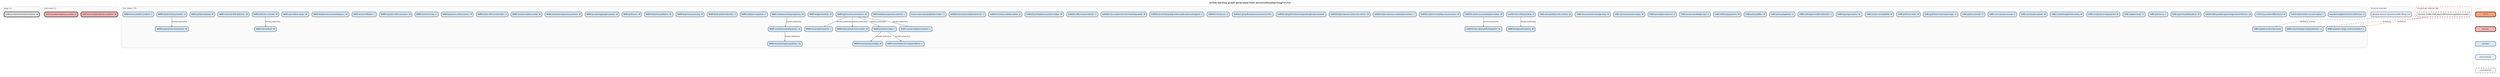
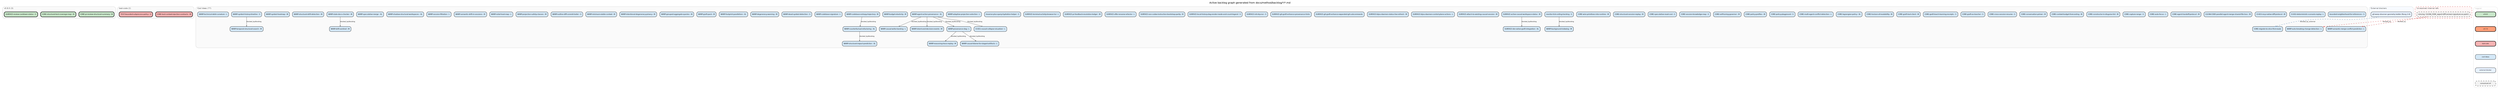
digraph backlog {
  rankdir=TB
  fontname="Helvetica"
  label="Active backlog graph generated from docs/method/backlog/*/*.md"
  labelloc=t
  fontsize=12
  node [shape=box style="rounded,filled" fontname="Helvetica" fontsize=8 margin="0.1,0.05" height=0.35]
  edge [color="#666666" arrowsize=0.5 fontname="Helvetica" fontsize=7]
  newrank=true
  ranksep=0.55
  nodesep=0.2

-   subgraph cluster_asap {
-     label="asap (1)" labeljust=l fontsize=9 fontcolor="#555555"
+   subgraph cluster_v0_8_0 {
+     label="v0.8.0 (3)" labeljust=l fontsize=9 fontcolor="#555555"
    style=rounded color="#cccccc" bgcolor="#fafafa"
-     asap_CORE_pr_review_structural_summary [label="CORE-pr-review-structural-summary - M" fillcolor="#E5E7EB" penwidth=2]
+     v0_8_0_CORE_pr_review_structural_summary [label="CORE-pr-review-structural-summary - M" fillcolor="#C8E6C9" penwidth=2]
+     v0_8_0_CORE_structural_test_coverage_map [label="CORE-structural-test-coverage-map - M" fillcolor="#C8E6C9" penwidth=2]
+     v0_8_0_SURFACE_review_cooldown_status [label="SURFACE-review-cooldown-status - S" fillcolor="#C8E6C9" penwidth=2]
  }

  subgraph cluster_bad_code {
    label="bad-code (2)" labeljust=l fontsize=9 fontcolor="#555555"
    style=rounded color="#cccccc" bgcolor="#fafafa"
    bad_code_CORE_tool_context_injection_contracts [label="CORE-tool-context-injection-contracts - M" fillcolor="#F6B3B3" penwidth=2]
    bad_code_TEST_bounded_subprocess_policy [label="TEST-bounded-subprocess-policy - S" fillcolor="#F6B3B3" penwidth=2]
  }

  subgraph cluster_cool_ideas {
-     label="Cool Ideas (79)" labeljust=l fontsize=9 fontcolor="#555555"
+     label="Cool Ideas (77)" labeljust=l fontsize=9 fontcolor="#555555"
    style=rounded color="#cccccc" bgcolor="#fafafa"
    cool_ideas_bounded_neighborhood_for_references [label="bounded-neighborhood-for-references - S" fillcolor="#D4E8F7" penwidth=1]
    cool_ideas_CI_001_causal_collapse_visualizer [label="CI-001-causal-collapse-visualizer - L" fillcolor="#D4E8F7" penwidth=1]
    cool_ideas_CI_002_deterministic_scenario_replay [label="CI-002-deterministic-scenario-replay - L" fillcolor="#D4E8F7" penwidth=1]
    cool_ideas_CI_003_mcp_native_diff_protocol [label="CI-003-mcp-native-diff-protocol - M" fillcolor="#D4E8F7" penwidth=1]
    cool_ideas_CLEAN_CODE_parallel_agent_merge_shared_file_loss [label="CLEAN-CODE-parallel-agent-merge-shared-file-loss - M" fillcolor="#D4E8F7" penwidth=1]
    cool_ideas_CORE_agent_handoff_protocol [label="CORE-agent-handoff-protocol - M" fillcolor="#D4E8F7" penwidth=1]
    cool_ideas_CORE_auto_focus [label="CORE-auto-focus - L" fillcolor="#D4E8F7" penwidth=1]
    cool_ideas_CORE_capture_range [label="CORE-capture-range - S" fillcolor="#D4E8F7" penwidth=1]
    cool_ideas_CORE_constructor_in_disguise_lint [label="CORE-constructor-in-disguise-lint - M" fillcolor="#D4E8F7" penwidth=1]
    cool_ideas_CORE_context_budget_forecasting [label="CORE-context-budget-forecasting - M" fillcolor="#D4E8F7" penwidth=1]
    cool_ideas_CORE_conversation_primer [label="CORE-conversation-primer - M" fillcolor="#D4E8F7" penwidth=1]
    cool_ideas_CORE_cross_session_resume [label="CORE-cross-session-resume - S" fillcolor="#D4E8F7" penwidth=1]
    cool_ideas_CORE_graft_as_teacher [label="CORE-graft-as-teacher - S" fillcolor="#D4E8F7" penwidth=1]
    cool_ideas_CORE_graft_teach_learning_receipts [label="CORE-graft-teach-learning-receipts - S" fillcolor="#D4E8F7" penwidth=1]
    cool_ideas_CORE_graft_tool_client [label="CORE-graft-tool-client - M" fillcolor="#D4E8F7" penwidth=1]
    cool_ideas_CORE_horizon_of_readability [label="CORE-horizon-of-readability - M" fillcolor="#D4E8F7" penwidth=1]
    cool_ideas_CORE_lagrangian_policy [label="CORE-lagrangian-policy - XL" fillcolor="#D4E8F7" penwidth=1]
    cool_ideas_CORE_migrate_to_slice_first_reads [label="CORE-migrate-to-slice-first-reads" fillcolor="#D4E8F7" penwidth=1]
    cool_ideas_CORE_multi_agent_conflict_detection [label="CORE-multi-agent-conflict-detection - L" fillcolor="#D4E8F7" penwidth=1]
    cool_ideas_CORE_policy_playground [label="CORE-policy-playground - S" fillcolor="#D4E8F7" penwidth=1]
    cool_ideas_CORE_policy_profiles [label="CORE-policy-profiles - M" fillcolor="#D4E8F7" penwidth=1]
    cool_ideas_CORE_self_tuning_governor [label="CORE-self-tuning-governor - M" fillcolor="#D4E8F7" penwidth=1]
    cool_ideas_CORE_session_knowledge_map [label="CORE-session-knowledge-map - S" fillcolor="#D4E8F7" penwidth=1]
    cool_ideas_CORE_speculative_read_cost [label="CORE-speculative-read-cost - S" fillcolor="#D4E8F7" penwidth=1]
    cool_ideas_CORE_structural_session_replay [label="CORE-structural-session-replay - M" fillcolor="#D4E8F7" penwidth=1]
-     cool_ideas_CORE_structural_test_coverage_map [label="CORE-structural-test-coverage-map - M" fillcolor="#D4E8F7" penwidth=1]
    cool_ideas_CORE_wire_primitives_into_runtime [label="CORE-wire-primitives-into-runtime - M" fillcolor="#D4E8F7" penwidth=1]
    cool_ideas_monitor_tick_ceiling_tracking [label="monitor-tick-ceiling-tracking - S" fillcolor="#D4E8F7" penwidth=1]
    cool_ideas_SURFACE_active_causal_workspace_status [label="SURFACE-active-causal-workspace-status - M" fillcolor="#D4E8F7" penwidth=1]
    cool_ideas_SURFACE_attach_to_existing_causal_session [label="SURFACE-attach-to-existing-causal-session - M" fillcolor="#D4E8F7" penwidth=1]
    cool_ideas_SURFACE_bijou_daemon_control_plane_actions [label="SURFACE-bijou-daemon-control-plane-actions - L" fillcolor="#D4E8F7" penwidth=1]
    cool_ideas_SURFACE_bijou_daemon_status_live_refresh [label="SURFACE-bijou-daemon-status-live-refresh - M" fillcolor="#D4E8F7" penwidth=1]
    cool_ideas_SURFACE_git_graft_enhance_expanded_git_subcommands [label="SURFACE-git-graft-enhance-expanded-git-subcommands" fillcolor="#D4E8F7" penwidth=1]
    cool_ideas_SURFACE_git_graft_enhance_provenance_hints [label="SURFACE-git-graft-enhance-provenance-hints" fillcolor="#D4E8F7" penwidth=1]
    cool_ideas_SURFACE_ide_native_graft_integration [label="SURFACE-ide-native-graft-integration - XL" fillcolor="#D4E8F7" penwidth=1]
    cool_ideas_SURFACE_init_dry_run [label="SURFACE-init-dry-run - S" fillcolor="#D4E8F7" penwidth=1]
    cool_ideas_SURFACE_local_history_dag_render_mode_and_count_legend [label="SURFACE-local-history-dag-render-mode-and-count-legend - S" fillcolor="#D4E8F7" penwidth=1]
    cool_ideas_SURFACE_non_codex_instruction_bootstrap_parity [label="SURFACE-non-codex-instruction-bootstrap-parity - M" fillcolor="#D4E8F7" penwidth=1]
    cool_ideas_SURFACE_offer_rename_refactor [label="SURFACE-offer-rename-refactor - L" fillcolor="#D4E8F7" penwidth=1]
    cool_ideas_SURFACE_pr_feedback_resolution_ledger [label="SURFACE-pr-feedback-resolution-ledger - M" fillcolor="#D4E8F7" penwidth=1]
-     cool_ideas_SURFACE_review_cooldown_status [label="SURFACE-review-cooldown-status - S" fillcolor="#D4E8F7" penwidth=1]
    cool_ideas_SURFACE_terminal_activity_browser_tui [label="SURFACE-terminal-activity-browser-tui - L" fillcolor="#D4E8F7" penwidth=1]
    cool_ideas_traverse_plus_query_hydration_helper [label="traverse-plus-query-hydration-helper - S" fillcolor="#D4E8F7" penwidth=1]
    cool_ideas_WARP_adaptive_projection_selection [label="WARP-adaptive-projection-selection - L" fillcolor="#D4E8F7" penwidth=1]
    cool_ideas_WARP_agent_action_provenance [label="WARP-agent-action-provenance - XL" fillcolor="#D4E8F7" penwidth=1]
    cool_ideas_WARP_auto_breaking_change_detection [label="WARP-auto-breaking-change-detection - L" fillcolor="#D4E8F7" penwidth=1]
    cool_ideas_WARP_background_indexing [label="WARP-background-indexing - M" fillcolor="#D4E8F7" penwidth=1]
    cool_ideas_WARP_budget_elasticity [label="WARP-budget-elasticity - M" fillcolor="#D4E8F7" penwidth=1]
    cool_ideas_WARP_causal_blame_for_staged_artifacts [label="WARP-causal-blame-for-staged-artifacts - L" fillcolor="#D4E8F7" penwidth=1]
    cool_ideas_WARP_causal_write_tracking [label="WARP-causal-write-tracking - L" fillcolor="#D4E8F7" penwidth=1]
    cool_ideas_WARP_codebase_entropy_trajectory [label="WARP-codebase-entropy-trajectory - M" fillcolor="#D4E8F7" penwidth=1]
    cool_ideas_WARP_codebase_signature [label="WARP-codebase-signature - L" fillcolor="#D4E8F7" penwidth=1]
    cool_ideas_WARP_counterfactual_refactoring [label="WARP-counterfactual-refactoring - XL" fillcolor="#D4E8F7" penwidth=1]
    cool_ideas_WARP_dead_symbol_detection [label="WARP-dead-symbol-detection - S" fillcolor="#D4E8F7" penwidth=1]
    cool_ideas_WARP_degeneracy_warning [label="WARP-degeneracy-warning - M" fillcolor="#D4E8F7" penwidth=1]
    cool_ideas_WARP_drift_sentinel [label="WARP-drift-sentinel - M" fillcolor="#D4E8F7" penwidth=1]
    cool_ideas_WARP_footprint_parallelism [label="WARP-footprint-parallelism - XL" fillcolor="#D4E8F7" penwidth=1]
    cool_ideas_WARP_graft_pack [label="WARP-graft-pack - M" fillcolor="#D4E8F7" penwidth=1]
    cool_ideas_WARP_grouped_aggregate_queries [label="WARP-grouped-aggregate-queries - M" fillcolor="#D4E8F7" penwidth=1]
    cool_ideas_WARP_intent_and_decision_events [label="WARP-intent-and-decision-events - M" fillcolor="#D4E8F7" penwidth=1]
    cool_ideas_WARP_intentional_degeneracy_privacy [label="WARP-intentional-degeneracy-privacy - M" fillcolor="#D4E8F7" penwidth=1]
    cool_ideas_WARP_minimum_viable_context [label="WARP-minimum-viable-context - M" fillcolor="#D4E8F7" penwidth=1]
    cool_ideas_WARP_outline_diff_commit_trailer [label="WARP-outline-diff-commit-trailer - S" fillcolor="#D4E8F7" penwidth=1]
    cool_ideas_WARP_projection_safety_classes [label="WARP-projection-safety-classes - M" fillcolor="#D4E8F7" penwidth=1]
    cool_ideas_WARP_provenance_dag [label="WARP-provenance-dag - L" fillcolor="#D4E8F7" penwidth=1]
    cool_ideas_WARP_reasoning_trace_replay [label="WARP-reasoning-trace-replay - M" fillcolor="#D4E8F7" penwidth=1]
    cool_ideas_WARP_rulial_heat_map [label="WARP-rulial-heat-map - L" fillcolor="#D4E8F7" penwidth=1]
    cool_ideas_WARP_semantic_drift_in_sessions [label="WARP-semantic-drift-in-sessions - M" fillcolor="#D4E8F7" penwidth=1]
    cool_ideas_WARP_semantic_merge_conflict_prediction [label="WARP-semantic-merge-conflict-prediction - L" fillcolor="#D4E8F7" penwidth=1]
    cool_ideas_WARP_session_filtration [label="WARP-session-filtration - L" fillcolor="#D4E8F7" penwidth=1]
    cool_ideas_WARP_shadow_structural_workspaces [label="WARP-shadow-structural-workspaces - XL" fillcolor="#D4E8F7" penwidth=1]
    cool_ideas_WARP_speculative_merge [label="WARP-speculative-merge - XL" fillcolor="#D4E8F7" penwidth=1]
    cool_ideas_WARP_stale_docs_checker [label="WARP-stale-docs-checker - M" fillcolor="#D4E8F7" penwidth=1]
    cool_ideas_WARP_structural_drift_detection [label="WARP-structural-drift-detection - M" fillcolor="#D4E8F7" penwidth=1]
    cool_ideas_WARP_structural_impact_prediction [label="WARP-structural-impact-prediction - XL" fillcolor="#D4E8F7" penwidth=1]
    cool_ideas_WARP_symbol_heatmap [label="WARP-symbol-heatmap - M" fillcolor="#D4E8F7" penwidth=1]
    cool_ideas_WARP_symbol_history_timeline [label="WARP-symbol-history-timeline - S" fillcolor="#D4E8F7" penwidth=1]
    cool_ideas_WARP_technical_debt_curvature [label="WARP-technical-debt-curvature - L" fillcolor="#D4E8F7" penwidth=1]
    cool_ideas_WARP_temporal_structural_search [label="WARP-temporal-structural-search - M" fillcolor="#D4E8F7" penwidth=1]
  }

  subgraph cluster_external {
    label="External blockers" labeljust=l fontsize=9 fontcolor="#555555"
    style=rounded color="#cccccc" bgcolor="#f8fbff"
    external_git_warp_observer_geometry_ladder__Rung_2_4_ [label="git-warp observer geometry ladder (Rung 2-4)" fillcolor="#E8F2FF" penwidth=1]
  }

  subgraph cluster_unresolved {
    label="Unresolved internal refs" labeljust=l fontsize=9 fontcolor="#555555"
    style="rounded,dashed" color="#cc3333" bgcolor="#fff7f7"
    unresolved_CLEAN_CODE_export_diff_semver_signature_as_patch [label="missing: CLEAN_CODE_export-diff-semver-signature-as-patch" fillcolor="#F2F2F2" penwidth=1 style="rounded,dashed,filled"]
  }

  cool_ideas_monitor_tick_ceiling_tracking -> cool_ideas_WARP_background_indexing [label="blocked_by/blocking"]
  cool_ideas_SURFACE_active_causal_workspace_status -> cool_ideas_SURFACE_ide_native_graft_integration [label="blocked_by/blocking"]
  cool_ideas_WARP_agent_action_provenance -> cool_ideas_CI_001_causal_collapse_visualizer [label="blocked_by/blocking"]
  cool_ideas_WARP_agent_action_provenance -> cool_ideas_WARP_causal_write_tracking [label="blocked_by/blocking"]
  cool_ideas_WARP_agent_action_provenance -> cool_ideas_WARP_intent_and_decision_events [label="blocked_by/blocking"]
  cool_ideas_WARP_agent_action_provenance -> cool_ideas_WARP_provenance_dag [label="blocked_by/blocking"]
  cool_ideas_WARP_codebase_entropy_trajectory -> cool_ideas_WARP_counterfactual_refactoring [label="blocked_by/blocking"]
  cool_ideas_WARP_counterfactual_refactoring -> cool_ideas_WARP_structural_impact_prediction [label="blocked_by/blocking"]
  cool_ideas_WARP_provenance_dag -> cool_ideas_WARP_causal_blame_for_staged_artifacts [label="blocked_by/blocking"]
  cool_ideas_WARP_provenance_dag -> cool_ideas_WARP_reasoning_trace_replay [label="blocked_by/blocking"]
  cool_ideas_WARP_stale_docs_checker -> cool_ideas_WARP_drift_sentinel [label="blocked_by/blocking"]
  cool_ideas_WARP_symbol_history_timeline -> cool_ideas_WARP_temporal_structural_search [label="blocked_by/blocking"]
  external_git_warp_observer_geometry_ladder__Rung_2_4_ -> cool_ideas_CORE_migrate_to_slice_first_reads [label="blocked_by_external" style=dashed color="#4477AA"]
  unresolved_CLEAN_CODE_export_diff_semver_signature_as_patch -> cool_ideas_WARP_auto_breaking_change_detection [label="blocked_by" style=dashed color="#CC3333"]
  unresolved_CLEAN_CODE_export_diff_semver_signature_as_patch -> cool_ideas_WARP_semantic_merge_conflict_prediction [label="blocked_by" style=dashed color="#CC3333"]

  subgraph cluster_legend {
    label="Legend" labeljust=l fontsize=8 fontcolor="#aaaaaa"
    style=rounded color="#dddddd"
    node [fontsize=7 width=1.4]
+     leg_v08 [label="v0.8.0" fillcolor="#C8E6C9" penwidth=2]
    leg_v07 [label="v0.7.0" fillcolor="#FFA07A" penwidth=2]
    leg_bad [label="bad-code" fillcolor="#F6B3B3" penwidth=2]
    leg_idea [label="cool-ideas" fillcolor="#D4E8F7" penwidth=1]
    leg_external [label="external blocker" fillcolor="#E8F2FF" penwidth=1]
    leg_unresolved [label="unresolved ref" fillcolor="#F2F2F2" penwidth=1 style="rounded,dashed,filled"]
+     leg_v08 -> leg_v07 [style=invis]
    leg_v07 -> leg_bad [style=invis]
    leg_bad -> leg_idea [style=invis]
    leg_idea -> leg_external [style=invis]
    leg_external -> leg_unresolved [style=invis]
  }
}
